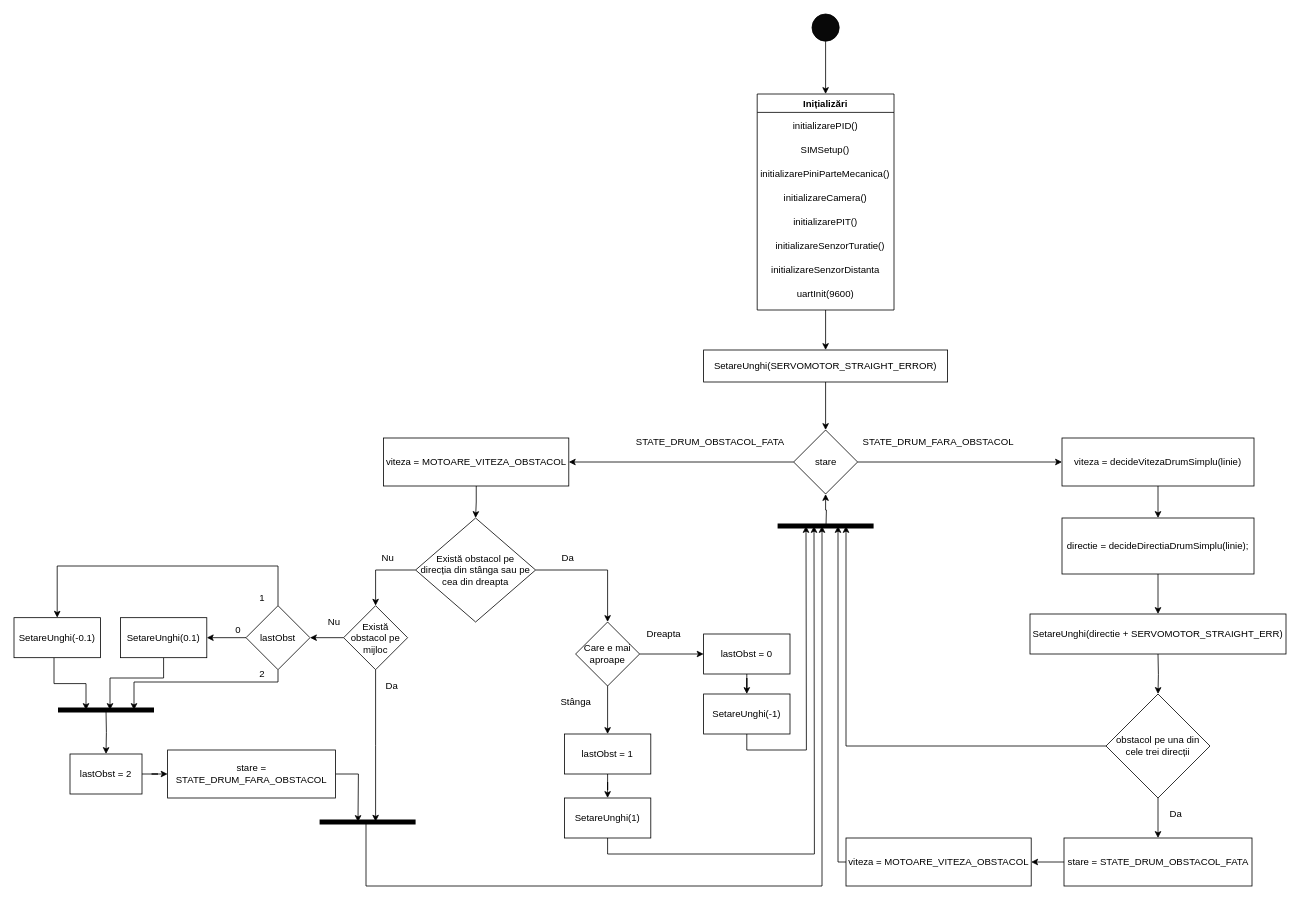
Before: ActivityDiagramLicenta.drawio in VladTeapa/Platforma-Autonoma-KL25Z, a draw.io diagram. Source tidied: cells renumbered, new cells numbered last; positions are measured from the earlier drawing's top-left corner, leaving out a move shared by most shapes. Both pictures are drawn from the tidied source at 80%, with x=0, y=0 at pixel (14, 14).
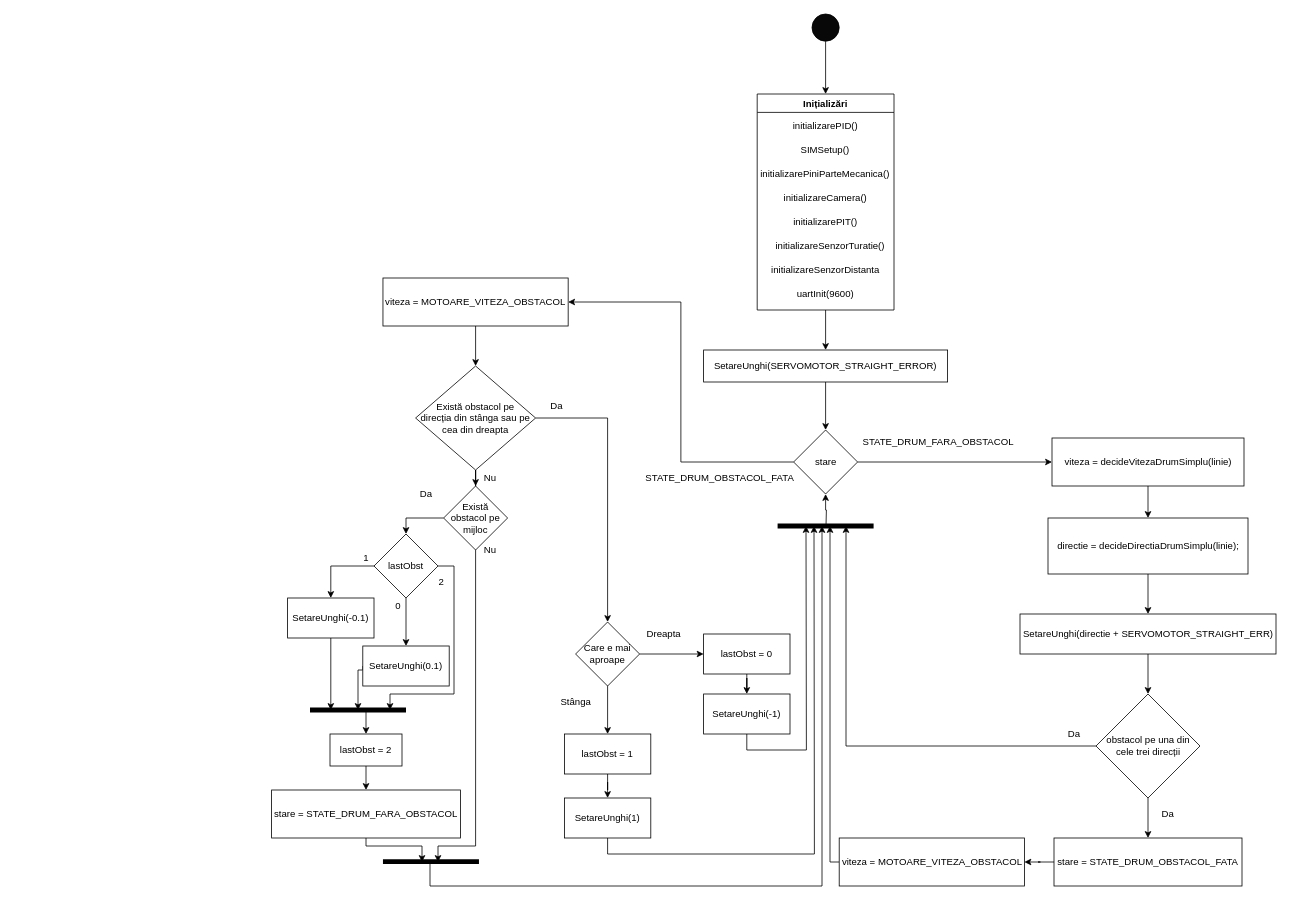
After the change.

What changed in the source:
```diff
@@
     <mxCell id="21" value="viteza =&amp;nbsp;decideVitezaDrumSimplu(linie)" style="rounded=0;whiteSpace=wrap;html=1;fillColor=#FFFFFF;" parent="1" vertex="1">
-      <mxGeometry x="1310" y="530" width="240" height="60" as="geometry" />
+      <mxGeometry x="1297.5" y="530" width="240" height="60" as="geometry" />
     </mxCell>
@@
     <mxCell id="23" value="STATE_DRUM_OBSTACOL_FATA" style="text;html=1;align=center;verticalAlign=middle;strokeColor=none;" parent="1" vertex="1">
-      <mxGeometry x="770" y="525" width="200" height="20" as="geometry" />
+      <mxGeometry x="782" y="570" width="200" height="20" as="geometry" />
     </mxCell>
-    <mxCell id="24" style="edgeStyle=orthogonalEdgeStyle;rounded=0;jettySize=auto;html=1;" parent="1" edge="1" source="25">
-      <mxGeometry relative="1" as="geometry">
-        <mxPoint x="1430" y="750" as="targetPoint" />
-      </mxGeometry>
+    <mxCell id="24" style="edgeStyle=orthogonalEdgeStyle;rounded=0;jettySize=auto;html=1;entryX=0.5;entryY=0;entryDx=0;entryDy=0;" parent="1" edge="1" source="25" target="27">
+      <mxGeometry relative="1" as="geometry" />
     </mxCell>
     <mxCell id="25" value="directie = decideDirectiaDrumSimplu(linie);" style="rounded=0;whiteSpace=wrap;html=1;fillColor=#FFFFFF;" parent="1" vertex="1">
-      <mxGeometry x="1310" y="630" width="240" height="70" as="geometry" />
+      <mxGeometry x="1292.5" y="630" width="250" height="70" as="geometry" />
     </mxCell>
-    <mxCell id="26" style="edgeStyle=orthogonalEdgeStyle;rounded=0;jettySize=auto;html=1;" parent="1" edge="1" target="30">
-      <mxGeometry relative="1" as="geometry">
-        <mxPoint x="1430" y="800" as="sourcePoint" />
-      </mxGeometry>
-    </mxCell>
+    <mxCell id="81" style="edgeStyle=orthogonalEdgeStyle;rounded=0;jettySize=auto;html=1;" parent="1" edge="1" source="27" target="30">
+      <mxGeometry relative="1" as="geometry" />
+    </mxCell>
     <mxCell id="27" value="SetareUnghi(directie + SERVOMOTOR_STRAIGHT_ERR)" style="rounded=0;whiteSpace=wrap;html=1;fillColor=#FFFFFF;" parent="1" vertex="1">
-      <mxGeometry x="1270" y="750" width="320" height="50" as="geometry" />
+      <mxGeometry x="1257.5" y="750" width="320" height="50" as="geometry" />
     </mxCell>
@@
     <mxCell id="30" value="obstacol pe una din cele trei direcții" style="rhombus;whiteSpace=wrap;html=1;fillColor=#FFFFFF;" parent="1" vertex="1">
-      <mxGeometry x="1365" y="850" width="130" height="130" as="geometry" />
+      <mxGeometry x="1352.5" y="850" width="130" height="130" as="geometry" />
     </mxCell>
@@
     <mxCell id="32" value="stare =&amp;nbsp;&lt;span&gt;STATE_DRUM_OBSTACOL_FATA&lt;/span&gt;" style="rounded=0;whiteSpace=wrap;html=1;fillColor=#FFFFFF;" parent="1" vertex="1">
-      <mxGeometry x="1312.5" y="1030" width="235" height="60" as="geometry" />
+      <mxGeometry x="1300" y="1030" width="235" height="60" as="geometry" />
     </mxCell>
     <mxCell id="33" value="Da" style="text;html=1;align=center;verticalAlign=middle;strokeColor=none;" parent="1" vertex="1">
-      <mxGeometry x="1437" y="990" width="30" height="20" as="geometry" />
+      <mxGeometry x="1427" y="990" width="30" height="20" as="geometry" />
     </mxCell>
@@
     <mxCell id="35" style="edgeStyle=orthogonalEdgeStyle;rounded=0;sketch=0;jettySize=auto;html=1;shadow=0;startSize=6;strokeWidth=1;" parent="1" edge="1" source="36">
       <mxGeometry relative="1" as="geometry">
-        <mxPoint x="1030" y="640" as="targetPoint" />
+        <mxPoint x="1020" y="640" as="targetPoint" />
         <Array as="points">
-          <mxPoint x="1030" y="1060" />
+          <mxPoint x="1020" y="1060" />
+          <mxPoint x="1020" y="640" />
         </Array>
       </mxGeometry>
     </mxCell>
     <mxCell id="36" value="viteza =&amp;nbsp;MOTOARE_VITEZA_OBSTACOL" style="rounded=0;whiteSpace=wrap;html=1;fillColor=#FFFFFF;" parent="1" vertex="1">
-      <mxGeometry x="1040" y="1030" width="231.5" height="60" as="geometry" />
+      <mxGeometry x="1031.5" y="1030" width="231.5" height="60" as="geometry" />
     </mxCell>
@@
     <mxCell id="38" value="viteza =&amp;nbsp;MOTOARE_VITEZA_OBSTACOL" style="rounded=0;whiteSpace=wrap;html=1;fillColor=#FFFFFF;" parent="1" vertex="1">
-      <mxGeometry x="462" y="530" width="231.5" height="60" as="geometry" />
+      <mxGeometry x="461.2" y="330" width="231.5" height="60" as="geometry" />
     </mxCell>
@@
     <mxCell id="41" value="Există obstacol pe &lt;br&gt;direcția din stânga sau pe cea din dreapta" style="rhombus;whiteSpace=wrap;html=1;fillColor=#FFFFFF;" parent="1" vertex="1">
-      <mxGeometry x="502" y="630" width="150" height="130" as="geometry" />
+      <mxGeometry x="502" y="440" width="150" height="130" as="geometry" />
     </mxCell>
@@
     <mxCell id="55" value="Da" style="text;html=1;align=center;verticalAlign=middle;strokeColor=none;" parent="1" vertex="1">
-      <mxGeometry x="677" y="670" width="30" height="20" as="geometry" />
+      <mxGeometry x="662.8" y="480" width="30" height="20" as="geometry" />
     </mxCell>
     <mxCell id="56" style="edgeStyle=orthogonalEdgeStyle;rounded=0;sketch=0;jettySize=auto;html=1;shadow=0;startSize=6;strokeWidth=1;" parent="1" edge="1" source="58">
       <mxGeometry relative="1" as="geometry">
-        <mxPoint x="452" y="1009.6" as="targetPoint" />
+        <mxPoint x="530" y="1060" as="targetPoint" />
+        <Array as="points">
+          <mxPoint x="577" y="1040" />
+          <mxPoint x="530" y="1040" />
+        </Array>
       </mxGeometry>
     </mxCell>
-    <mxCell id="57" style="edgeStyle=orthogonalEdgeStyle;rounded=0;sketch=0;jettySize=auto;html=1;entryX=1;entryY=0.5;entryDx=0;entryDy=0;shadow=0;startSize=6;strokeWidth=1;" parent="1" edge="1" source="58" target="66">
+    <mxCell id="57" style="edgeStyle=orthogonalEdgeStyle;rounded=0;sketch=0;jettySize=auto;html=1;shadow=0;startSize=6;strokeWidth=1;entryX=0.5;entryY=0;entryDx=0;entryDy=0;" parent="1" edge="1" source="58" target="66">
       <mxGeometry relative="1" as="geometry" />
     </mxCell>
     <mxCell id="58" value="Există obstacol pe mijloc" style="rhombus;whiteSpace=wrap;html=1;fillColor=#FFFFFF;" parent="1" vertex="1">
-      <mxGeometry x="412" y="739.6" width="80" height="80" as="geometry" />
+      <mxGeometry x="537" y="590" width="80" height="80" as="geometry" />
     </mxCell>
     <mxCell id="59" value="Nu" style="text;html=1;align=center;verticalAlign=middle;strokeColor=none;" parent="1" vertex="1">
-      <mxGeometry x="452" y="670" width="30" height="20" as="geometry" />
+      <mxGeometry x="580" y="570" width="30" height="20" as="geometry" />
     </mxCell>
     <mxCell id="60" style="endArrow=none;html=1;shadow=0;startSize=6;strokeWidth=6;" parent="1" edge="1">
       <mxGeometry relative="1" as="geometry">
-        <mxPoint x="382" y="1010" as="sourcePoint" />
-        <mxPoint x="502" y="1010" as="targetPoint" />
+        <mxPoint x="461.2" y="1059.5" as="sourcePoint" />
+        <mxPoint x="581.2" y="1059.5" as="targetPoint" />
       </mxGeometry>
     </mxCell>
     <mxCell id="61" value="Da" style="text;html=1;align=center;verticalAlign=middle;strokeColor=none;" parent="1" vertex="1">
-      <mxGeometry x="457" y="829.6" width="30" height="20" as="geometry" />
+      <mxGeometry x="500" y="590" width="30" height="20" as="geometry" />
     </mxCell>
     <mxCell id="62" style="endArrow=classic;html=1;shadow=0;startSize=6;strokeWidth=1;rounded=0;" parent="1" edge="1">
       <mxGeometry relative="1" as="geometry">
-        <mxPoint x="440" y="1010" as="sourcePoint" />
+        <mxPoint x="520" y="1060" as="sourcePoint" />
         <mxPoint x="1010" y="640" as="targetPoint" />
         <Array as="points">
-          <mxPoint x="440" y="1090" />
+          <mxPoint x="520" y="1090" />
           <mxPoint x="1010" y="1090" />
         </Array>
       </mxGeometry>
     </mxCell>
-    <mxCell id="63" style="edgeStyle=orthogonalEdgeStyle;rounded=0;sketch=0;jettySize=auto;html=1;shadow=0;startSize=6;strokeWidth=1;" parent="1" edge="1" source="66">
-      <mxGeometry relative="1" as="geometry">
-        <mxPoint x="150" y="870" as="targetPoint" />
-        <Array as="points">
-          <mxPoint x="330" y="835" />
-          <mxPoint x="150" y="835" />
-        </Array>
-      </mxGeometry>
-    </mxCell>
     <mxCell id="64" style="edgeStyle=orthogonalEdgeStyle;rounded=0;sketch=0;jettySize=auto;html=1;entryX=0.5;entryY=0;entryDx=0;entryDy=0;shadow=0;startSize=6;strokeWidth=1;exitX=0.5;exitY=0;exitDx=0;exitDy=0;" parent="1" edge="1" source="66" target="75">
       <mxGeometry relative="1" as="geometry">
         <Array as="points">
-          <mxPoint x="330" y="690" />
-          <mxPoint x="54" y="690" />
+          <mxPoint x="490" y="690" />
+          <mxPoint x="396" y="690" />
         </Array>
       </mxGeometry>
     </mxCell>
@@
+    <mxCell id="82" style="edgeStyle=orthogonalEdgeStyle;rounded=0;jettySize=auto;html=1;" parent="1" edge="1" source="66">
+      <mxGeometry relative="1" as="geometry">
+        <mxPoint x="470" y="870" as="targetPoint" />
+        <Array as="points">
+          <mxPoint x="550" y="690" />
+          <mxPoint x="550" y="850" />
+          <mxPoint x="470" y="850" />
+        </Array>
+      </mxGeometry>
+    </mxCell>
     <mxCell id="66" value="lastObst" style="rhombus;whiteSpace=wrap;html=1;fillColor=#FFFFFF;" parent="1" vertex="1">
-      <mxGeometry x="290" y="739.6" width="80" height="80" as="geometry" />
+      <mxGeometry x="450" y="650" width="80" height="80" as="geometry" />
     </mxCell>
-    <mxCell id="67" style="edgeStyle=orthogonalEdgeStyle;rounded=0;sketch=0;jettySize=auto;html=1;entryX=0;entryY=0.5;entryDx=0;entryDy=0;shadow=0;startSize=6;strokeWidth=1;" parent="1" edge="1" source="69" target="71">
-      <mxGeometry relative="1" as="geometry" />
+    <mxCell id="67" style="edgeStyle=orthogonalEdgeStyle;rounded=0;sketch=0;jettySize=auto;html=1;shadow=0;startSize=6;strokeWidth=1;entryX=0.5;entryY=0;entryDx=0;entryDy=0;" parent="1" edge="1" source="69" target="71">
+      <mxGeometry relative="1" as="geometry">
+        <Array as="points">
+          <mxPoint x="412" y="940" />
+          <mxPoint x="412" y="940" />
+        </Array>
+      </mxGeometry>
     </mxCell>
-    <mxCell id="68" style="edgeStyle=orthogonalEdgeStyle;rounded=0;sketch=0;jettySize=auto;html=1;shadow=0;startSize=6;strokeWidth=1;" parent="1" edge="1" target="69">
-      <mxGeometry relative="1" as="geometry">
-        <mxPoint x="115" y="870" as="sourcePoint" />
-      </mxGeometry>
-    </mxCell>
+    <mxCell id="83" style="edgeStyle=orthogonalEdgeStyle;rounded=0;jettySize=auto;html=1;entryX=0.5;entryY=0;entryDx=0;entryDy=0;" parent="1" edge="1" target="69">
+      <mxGeometry relative="1" as="geometry">
+        <mxPoint x="440" y="870" as="sourcePoint" />
+        <Array as="points">
+          <mxPoint x="440" y="890" />
+          <mxPoint x="440" y="890" />
+        </Array>
+      </mxGeometry>
+    </mxCell>
     <mxCell id="69" value="lastObst = 2" style="rounded=0;whiteSpace=wrap;html=1;fillColor=#FFFFFF;" parent="1" vertex="1">
-      <mxGeometry x="70" y="925" width="90" height="50" as="geometry" />
+      <mxGeometry x="395" y="900" width="90" height="40" as="geometry" />
     </mxCell>
-    <mxCell id="70" style="edgeStyle=orthogonalEdgeStyle;rounded=0;sketch=0;jettySize=auto;html=1;shadow=0;startSize=6;strokeWidth=1;" parent="1" edge="1" source="71">
+    <mxCell id="70" style="edgeStyle=orthogonalEdgeStyle;rounded=0;sketch=0;jettySize=auto;html=1;shadow=0;startSize=6;strokeWidth=1;exitX=0.5;exitY=1;exitDx=0;exitDy=0;" parent="1" edge="1" source="71">
       <mxGeometry relative="1" as="geometry">
-        <mxPoint x="430" y="1010" as="targetPoint" />
+        <mxPoint x="510" y="1060" as="targetPoint" />
+        <Array as="points">
+          <mxPoint x="440" y="1040" />
+          <mxPoint x="510" y="1040" />
+        </Array>
       </mxGeometry>
     </mxCell>
     <mxCell id="71" value="stare = STATE_DRUM_FARA_OBSTACOL" style="rounded=0;whiteSpace=wrap;html=1;fillColor=#FFFFFF;" parent="1" vertex="1">
-      <mxGeometry x="192" y="920" width="210" height="60" as="geometry" />
+      <mxGeometry x="322" y="970" width="236" height="60" as="geometry" />
     </mxCell>
     <mxCell id="72" style="endArrow=none;html=1;shadow=0;startSize=6;strokeWidth=6;" parent="1" edge="1">
       <mxGeometry relative="1" as="geometry">
-        <mxPoint x="55" y="870" as="sourcePoint" />
-        <mxPoint x="175" y="870" as="targetPoint" />
+        <mxPoint x="370" y="870" as="sourcePoint" />
+        <mxPoint x="490" y="870" as="targetPoint" />
       </mxGeometry>
     </mxCell>
     <mxCell id="73" value="2" style="text;html=1;align=center;verticalAlign=middle;strokeColor=none;" parent="1" vertex="1">
-      <mxGeometry x="300" y="815" width="20" height="20" as="geometry" />
+      <mxGeometry x="524" y="700" width="20" height="20" as="geometry" />
     </mxCell>
-    <mxCell id="74" style="edgeStyle=orthogonalEdgeStyle;rounded=0;sketch=0;jettySize=auto;html=1;shadow=0;startSize=6;strokeWidth=1;" parent="1" edge="1" source="75">
+    <mxCell id="74" style="edgeStyle=orthogonalEdgeStyle;rounded=0;sketch=0;jettySize=auto;html=1;shadow=0;startSize=6;strokeWidth=1;exitX=0.5;exitY=1;exitDx=0;exitDy=0;" parent="1" edge="1" source="75">
       <mxGeometry relative="1" as="geometry">
-        <mxPoint x="90" y="870" as="targetPoint" />
+        <mxPoint x="396" y="870" as="targetPoint" />
         <Array as="points">
-          <mxPoint x="50" y="837" />
-          <mxPoint x="90" y="837" />
+          <mxPoint x="396" y="870" />
         </Array>
       </mxGeometry>
     </mxCell>
     <mxCell id="75" value="SetareUnghi(-0.1)" style="rounded=0;whiteSpace=wrap;html=1;fillColor=#FFFFFF;" parent="1" vertex="1">
-      <mxGeometry y="754.6" width="108" height="50" as="geometry" />
+      <mxGeometry x="342" y="730" width="108" height="50" as="geometry" />
     </mxCell>
-    <mxCell id="76" style="edgeStyle=orthogonalEdgeStyle;rounded=0;sketch=0;jettySize=auto;html=1;shadow=0;startSize=6;strokeWidth=1;" parent="1" edge="1" source="77">
+    <mxCell id="76" style="edgeStyle=orthogonalEdgeStyle;rounded=0;sketch=0;jettySize=auto;html=1;shadow=0;startSize=6;strokeWidth=1;exitX=0;exitY=0.5;exitDx=0;exitDy=0;" parent="1" edge="1" source="77">
       <mxGeometry relative="1" as="geometry">
-        <mxPoint x="120" y="870" as="targetPoint" />
+        <mxPoint x="430" y="870" as="targetPoint" />
         <Array as="points">
-          <mxPoint x="187" y="830" />
-          <mxPoint x="120" y="830" />
+          <mxPoint x="436" y="820" />
+          <mxPoint x="430" y="820" />
+          <mxPoint x="430" y="870" />
         </Array>
       </mxGeometry>
     </mxCell>
     <mxCell id="77" value="SetareUnghi(0.1)" style="rounded=0;whiteSpace=wrap;html=1;fillColor=#FFFFFF;" parent="1" vertex="1">
-      <mxGeometry x="133" y="754.6" width="108" height="50" as="geometry" />
+      <mxGeometry x="436" y="790" width="108" height="50" as="geometry" />
     </mxCell>
     <mxCell id="78" value="0" style="text;html=1;align=center;verticalAlign=middle;strokeColor=none;" parent="1" vertex="1">
-      <mxGeometry x="270" y="760" width="20" height="20" as="geometry" />
+      <mxGeometry x="470" y="730" width="20" height="20" as="geometry" />
     </mxCell>
     <mxCell id="79" value="1" style="text;html=1;align=center;verticalAlign=middle;strokeColor=none;" parent="1" vertex="1">
-      <mxGeometry x="300" y="719.6" width="20" height="20" as="geometry" />
+      <mxGeometry x="430" y="670" width="20" height="20" as="geometry" />
     </mxCell>
     <mxCell id="80" value="Nu" style="text;html=1;align=center;verticalAlign=middle;strokeColor=none;" parent="1" vertex="1">
-      <mxGeometry x="385" y="750" width="30" height="20" as="geometry" />
+      <mxGeometry x="580" y="660" width="30" height="20" as="geometry" />
     </mxCell>
+    <mxCell id="84" value="Da" style="text;html=1;align=center;verticalAlign=middle;strokeColor=none;" parent="1" vertex="1">
+      <mxGeometry x="1310" y="890" width="30" height="20" as="geometry" />
+    </mxCell>
```
